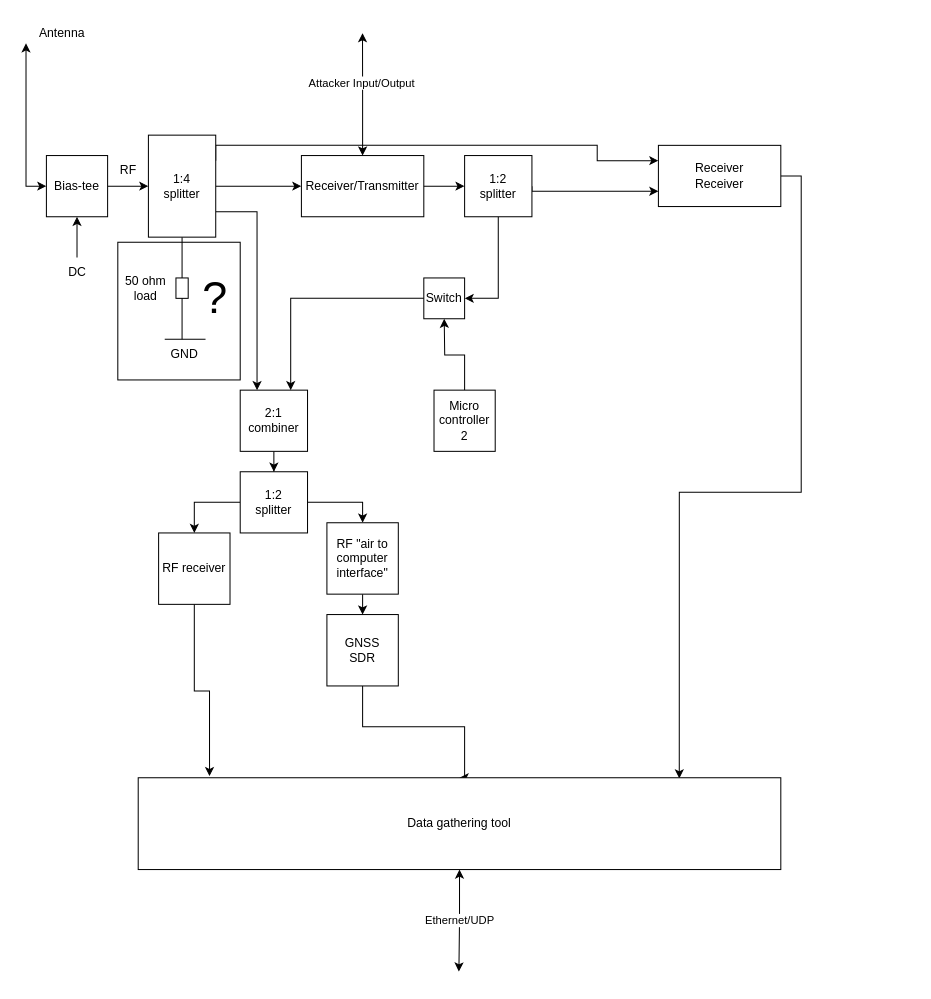
The draw.io diagram page "Radio Circuit" (3 of 4) of GNSS Datalogger Blockdiagram.drawio in torejohansson97/tightly-coupled-gnss-data-logger, before the edit. Source tidied: cells renumbered, new cells numbered last; positions are measured from the earlier drawing's top-left corner, leaving out a move shared by most shapes. Both pictures are drawn from the tidied source at 102%, with x=0, y=0 at pixel (26, 17).
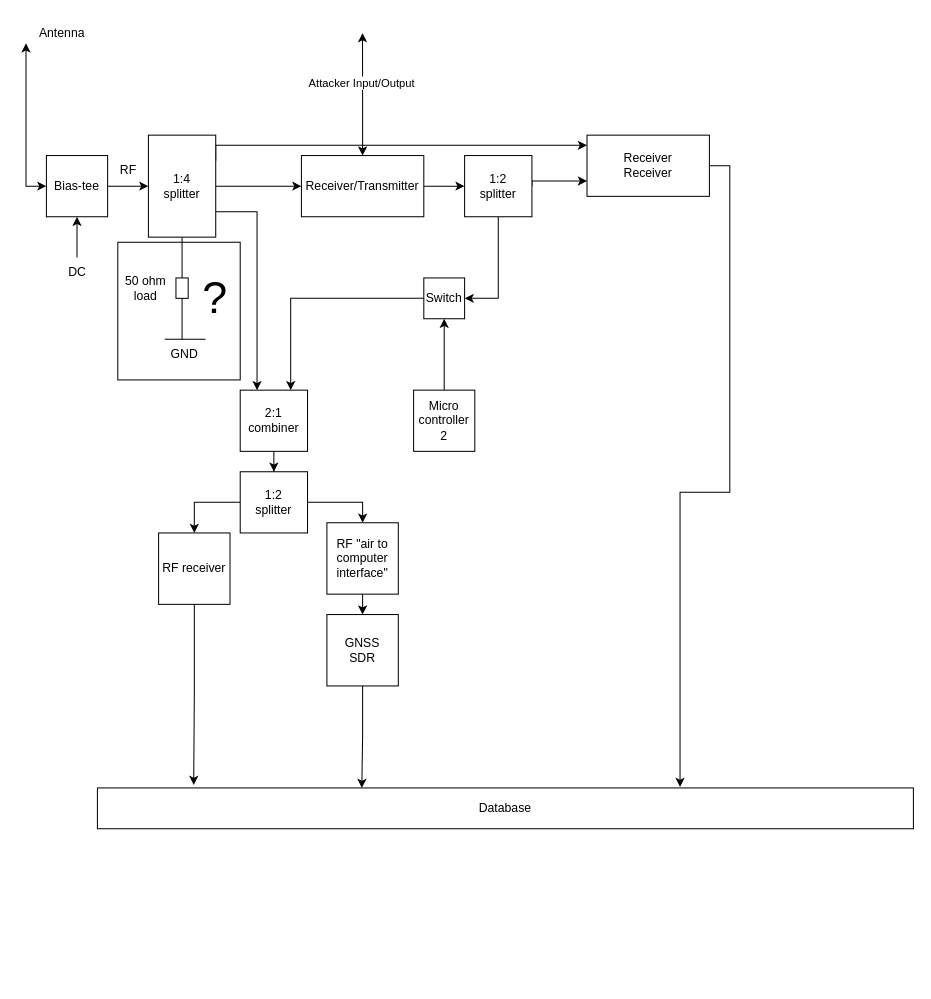
The same diagram, later.

Commit message:
Mettre à jour GNSS Datalogger Blockdiagram.drawio

Unchanged cells that the change refers to:
```xml
<mxCell id="8" value="1:4&lt;br&gt;splitter" style="rounded=0;whiteSpace=wrap;html=1;" parent="1" vertex="1">
  <mxGeometry x="120" y="115" width="66" height="100" as="geometry" />
</mxCell>
<mxCell id="10" value="GNSS&lt;br&gt;SDR" style="whiteSpace=wrap;html=1;" parent="1" vertex="1">
  <mxGeometry x="295" y="585" width="70" height="70" as="geometry" />
</mxCell>
<mxCell id="18" value="1:2&lt;br&gt;splitter" style="rounded=0;whiteSpace=wrap;html=1;" parent="1" vertex="1">
  <mxGeometry x="430" y="135" width="66" height="60" as="geometry" />
</mxCell>
<mxCell id="24" value="RF receiver" style="rounded=0;whiteSpace=wrap;html=1;" parent="1" vertex="1">
  <mxGeometry x="130" y="505" width="70" height="70" as="geometry" />
</mxCell>
```

Diff of the diagram source:
```diff
@@
-    <mxCell id="4" style="edgeStyle=orthogonalEdgeStyle;rounded=0;jettySize=auto;html=1;exitX=1;exitY=0.25;exitDx=0;exitDy=0;entryX=0;entryY=0.25;entryDx=0;entryDy=0;" parent="1" edge="1" source="8" target="26">
-      <mxGeometry relative="1" as="geometry">
-        <Array as="points">
-          <mxPoint x="186" y="125" />
-          <mxPoint x="560" y="125" />
-          <mxPoint x="560" y="140" />
-        </Array>
-      </mxGeometry>
-    </mxCell>
@@
+    <mxCell id="47" style="edgeStyle=orthogonalEdgeStyle;rounded=0;jettySize=auto;html=1;exitX=1;exitY=0.25;exitDx=0;exitDy=0;" parent="1" edge="1" source="8">
+      <mxGeometry relative="1" as="geometry">
+        <mxPoint x="550" y="125" as="targetPoint" />
+        <Array as="points">
+          <mxPoint x="186" y="125" />
+          <mxPoint x="550" y="125" />
+        </Array>
+      </mxGeometry>
+    </mxCell>
@@
-    <mxCell id="9" style="edgeStyle=orthogonalEdgeStyle;rounded=0;jettySize=auto;html=1;exitX=0.5;exitY=1;exitDx=0;exitDy=0;entryX=0.5;entryY=0;entryDx=0;entryDy=0;" parent="1" edge="1" source="10" target="43">
-      <mxGeometry relative="1" as="geometry">
-        <Array as="points">
-          <mxPoint x="330" y="695" />
-          <mxPoint x="430" y="695" />
-          <mxPoint x="430" y="745" />
-        </Array>
-      </mxGeometry>
-    </mxCell>
+    <mxCell id="48" style="edgeStyle=orthogonalEdgeStyle;rounded=0;jettySize=auto;html=1;exitX=0.5;exitY=1;exitDx=0;exitDy=0;entryX=0.324;entryY=0;entryDx=0;entryDy=0;entryPerimeter=0;" parent="1" edge="1" source="10" target="49">
+      <mxGeometry relative="1" as="geometry" />
+    </mxCell>
@@
     <mxCell id="12" value="Micro&lt;br&gt;controller 2" style="rounded=0;whiteSpace=wrap;html=1;" parent="1" vertex="1">
-      <mxGeometry x="400" y="365" width="60" height="60" as="geometry" />
+      <mxGeometry x="380" y="365" width="60" height="60" as="geometry" />
     </mxCell>
@@
-    <mxCell id="17" style="edgeStyle=orthogonalEdgeStyle;rounded=0;jettySize=auto;html=1;exitX=1;exitY=0.5;exitDx=0;exitDy=0;entryX=0;entryY=0.75;entryDx=0;entryDy=0;startArrow=none;startFill=0;" parent="1" edge="1" source="18" target="26">
+    <mxCell id="17" style="edgeStyle=orthogonalEdgeStyle;rounded=0;jettySize=auto;html=1;exitX=1;exitY=0.5;exitDx=0;exitDy=0;entryX=0;entryY=0.75;entryDx=0;entryDy=0;" parent="1" edge="1" source="18" target="26">
       <mxGeometry relative="1" as="geometry">
         <Array as="points">
-          <mxPoint x="496" y="170" />
+          <mxPoint x="496" y="160" />
         </Array>
       </mxGeometry>
     </mxCell>
@@
-    <mxCell id="23" style="edgeStyle=orthogonalEdgeStyle;rounded=0;jettySize=auto;html=1;exitX=0.5;exitY=1;exitDx=0;exitDy=0;entryX=0.111;entryY=-0.018;entryDx=0;entryDy=0;entryPerimeter=0;" parent="1" edge="1" source="24" target="43">
+    <mxCell id="23" style="edgeStyle=orthogonalEdgeStyle;rounded=0;jettySize=auto;html=1;exitX=0.5;exitY=1;exitDx=0;exitDy=0;entryX=0.118;entryY=-0.075;entryDx=0;entryDy=0;entryPerimeter=0;" parent="1" edge="1" source="24" target="49">
       <mxGeometry relative="1" as="geometry" />
     </mxCell>
@@
-    <mxCell id="25" style="edgeStyle=orthogonalEdgeStyle;rounded=0;jettySize=auto;html=1;exitX=1;exitY=0.5;exitDx=0;exitDy=0;entryX=0.842;entryY=0.007;entryDx=0;entryDy=0;entryPerimeter=0;" parent="1" edge="1" source="26" target="43">
+    <mxCell id="25" style="edgeStyle=orthogonalEdgeStyle;rounded=0;jettySize=auto;html=1;exitX=1;exitY=0.5;exitDx=0;exitDy=0;entryX=0.714;entryY=-0.025;entryDx=0;entryDy=0;entryPerimeter=0;" parent="1" edge="1" source="26" target="49">
       <mxGeometry relative="1" as="geometry" />
     </mxCell>
     <mxCell id="26" value="Receiver&lt;br&gt;Receiver" style="whiteSpace=wrap;html=1;" parent="1" vertex="1">
-      <mxGeometry x="620" y="125" width="120" height="60" as="geometry" />
+      <mxGeometry x="550" y="115" width="120" height="60" as="geometry" />
     </mxCell>
@@
-    <mxCell id="42" value="Ethernet/UDP" style="edgeStyle=orthogonalEdgeStyle;rounded=0;jettySize=auto;html=1;exitX=0.5;exitY=1;exitDx=0;exitDy=0;startArrow=classic;startFill=1;" parent="1" edge="1" source="43">
-      <mxGeometry relative="1" as="geometry">
-        <mxPoint x="424.4" y="935" as="targetPoint" />
-      </mxGeometry>
-    </mxCell>
-    <mxCell id="43" value="Data gathering tool" style="rounded=0;whiteSpace=wrap;html=1;" parent="1" vertex="1">
-      <mxGeometry x="110" y="745" width="630" height="90" as="geometry" />
-    </mxCell>
@@
+    <mxCell id="49" value="Database" style="rounded=0;whiteSpace=wrap;html=1;" parent="1" vertex="1">
+      <mxGeometry x="70" y="755" width="800" height="40" as="geometry" />
+    </mxCell>
```
